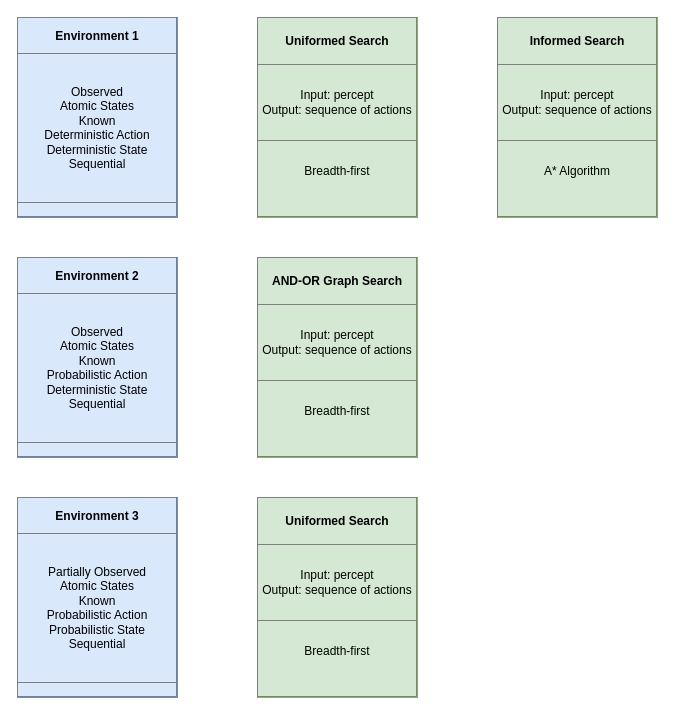
Earlier version of the draw.io diagram docs/draw.io/ai-taxonomy.drawio (aishwaryakore5696/cs-gy-6613). Source tidied: cells renumbered, new cells numbered last; positions are measured from the earlier drawing's top-left corner, leaving out a move shared by most shapes. Both pictures are drawn from the tidied source at 100%, with x=0, y=0 at pixel (17, 17).
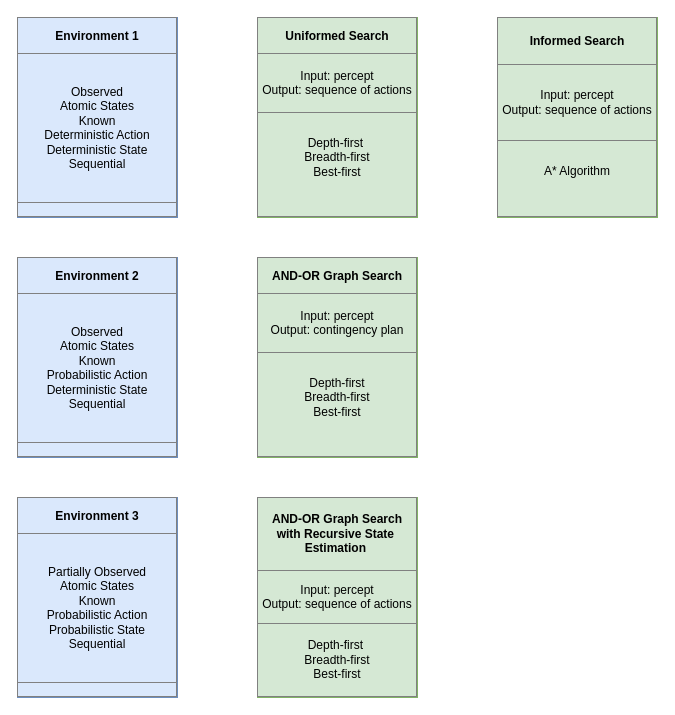
Above is the later version.

Change to the diagram source:
```diff
@@
 <mxGraphModel>
   <root>
     <mxCell id="0" />
     <mxCell id="1" parent="0" />
     <mxCell id="2" value="&lt;table border=&quot;1&quot; width=&quot;100%&quot; cellpadding=&quot;4&quot; style=&quot;width: 100% ; height: 100% ; border-collapse: collapse&quot;&gt;&lt;tbody&gt;&lt;tr&gt;&lt;th align=&quot;center&quot;&gt;&lt;b&gt;Environment 1&lt;/b&gt;&lt;/th&gt;&lt;/tr&gt;&lt;tr&gt;&lt;td align=&quot;center&quot;&gt;Observed&lt;br&gt;Atomic States&lt;br&gt;Known&lt;br&gt;Deterministic Action&lt;br&gt;Deterministic State&lt;br&gt;Sequential&lt;/td&gt;&lt;/tr&gt;&lt;tr&gt;&lt;td align=&quot;center&quot;&gt;&lt;/td&gt;&lt;/tr&gt;&lt;/tbody&gt;&lt;/table&gt;" style="text;html=1;strokeColor=#6c8ebf;fillColor=#dae8fc;overflow=fill;labelBackgroundColor=none;spacingTop=0;spacingBottom=2;" parent="1" vertex="1">
       <mxGeometry width="160" height="200" as="geometry" />
     </mxCell>
-    <mxCell id="3" value="&lt;table border=&quot;1&quot; width=&quot;100%&quot; cellpadding=&quot;4&quot; style=&quot;width: 100% ; height: 100% ; border-collapse: collapse&quot;&gt;&lt;tbody&gt;&lt;tr&gt;&lt;th align=&quot;center&quot;&gt;&lt;b&gt;Uniformed Search&lt;/b&gt;&lt;/th&gt;&lt;/tr&gt;&lt;tr&gt;&lt;td align=&quot;center&quot;&gt;Input: percept&lt;br&gt;Output: sequence of actions&lt;br&gt;&lt;/td&gt;&lt;/tr&gt;&lt;tr&gt;&lt;td align=&quot;center&quot;&gt;Breadth-first&lt;br&gt;&lt;br&gt;&lt;/td&gt;&lt;/tr&gt;&lt;/tbody&gt;&lt;/table&gt;" style="text;html=1;strokeColor=#82b366;fillColor=#d5e8d4;overflow=fill;labelBackgroundColor=none;spacingTop=0;spacingBottom=2;" parent="1" vertex="1">
+    <mxCell id="3" value="&lt;table border=&quot;1&quot; width=&quot;100%&quot; cellpadding=&quot;4&quot; style=&quot;width: 100% ; height: 100% ; border-collapse: collapse&quot;&gt;&lt;tbody&gt;&lt;tr&gt;&lt;th align=&quot;center&quot;&gt;&lt;b&gt;Uniformed Search&lt;/b&gt;&lt;/th&gt;&lt;/tr&gt;&lt;tr&gt;&lt;td align=&quot;center&quot;&gt;Input: percept&lt;br&gt;Output: sequence of actions&lt;br&gt;&lt;/td&gt;&lt;/tr&gt;&lt;tr&gt;&lt;td align=&quot;center&quot;&gt;Depth-first&amp;nbsp;&lt;br&gt;Breadth-first&lt;br&gt;Best-first&lt;br&gt;&lt;br&gt;&lt;/td&gt;&lt;/tr&gt;&lt;/tbody&gt;&lt;/table&gt;" style="text;html=1;strokeColor=#82b366;fillColor=#d5e8d4;overflow=fill;labelBackgroundColor=none;spacingTop=0;spacingBottom=2;" parent="1" vertex="1">
       <mxGeometry x="240" width="160" height="200" as="geometry" />
     </mxCell>
     <mxCell id="4" value="&lt;table border=&quot;1&quot; width=&quot;100%&quot; cellpadding=&quot;4&quot; style=&quot;width: 100% ; height: 100% ; border-collapse: collapse&quot;&gt;&lt;tbody&gt;&lt;tr&gt;&lt;th align=&quot;center&quot;&gt;&lt;b&gt;Informed Search&lt;/b&gt;&lt;/th&gt;&lt;/tr&gt;&lt;tr&gt;&lt;td align=&quot;center&quot;&gt;Input: percept&lt;br&gt;Output: sequence of actions&lt;br&gt;&lt;/td&gt;&lt;/tr&gt;&lt;tr&gt;&lt;td align=&quot;center&quot;&gt;A* Algorithm&lt;br&gt;&lt;br&gt;&lt;/td&gt;&lt;/tr&gt;&lt;/tbody&gt;&lt;/table&gt;" style="text;html=1;strokeColor=#82b366;fillColor=#d5e8d4;overflow=fill;labelBackgroundColor=none;spacingTop=0;spacingBottom=2;" parent="1" vertex="1">
       <mxGeometry x="480" width="160" height="200" as="geometry" />
     </mxCell>
     <mxCell id="5" value="&lt;table border=&quot;1&quot; width=&quot;100%&quot; cellpadding=&quot;4&quot; style=&quot;width: 100% ; height: 100% ; border-collapse: collapse&quot;&gt;&lt;tbody&gt;&lt;tr&gt;&lt;th align=&quot;center&quot;&gt;&lt;b&gt;Environment 2&lt;/b&gt;&lt;/th&gt;&lt;/tr&gt;&lt;tr&gt;&lt;td align=&quot;center&quot;&gt;Observed&lt;br&gt;Atomic States&lt;br&gt;Known&lt;br&gt;Probabilistic Action&lt;br&gt;Deterministic State&lt;br&gt;Sequential&lt;/td&gt;&lt;/tr&gt;&lt;tr&gt;&lt;td align=&quot;center&quot;&gt;&lt;/td&gt;&lt;/tr&gt;&lt;/tbody&gt;&lt;/table&gt;" style="text;html=1;strokeColor=#6c8ebf;fillColor=#dae8fc;overflow=fill;labelBackgroundColor=none;spacingTop=0;spacingBottom=2;" parent="1" vertex="1">
       <mxGeometry y="240" width="160" height="200" as="geometry" />
     </mxCell>
-    <mxCell id="6" value="&lt;table border=&quot;1&quot; width=&quot;100%&quot; cellpadding=&quot;4&quot; style=&quot;width: 100% ; height: 100% ; border-collapse: collapse&quot;&gt;&lt;tbody&gt;&lt;tr&gt;&lt;th align=&quot;center&quot;&gt;&lt;b&gt;AND-OR Graph Search&lt;/b&gt;&lt;/th&gt;&lt;/tr&gt;&lt;tr&gt;&lt;td align=&quot;center&quot;&gt;Input: percept&lt;br&gt;Output: sequence of actions&lt;br&gt;&lt;/td&gt;&lt;/tr&gt;&lt;tr&gt;&lt;td align=&quot;center&quot;&gt;Breadth-first&lt;br&gt;&lt;br&gt;&lt;/td&gt;&lt;/tr&gt;&lt;/tbody&gt;&lt;/table&gt;" style="text;html=1;strokeColor=#82b366;fillColor=#d5e8d4;overflow=fill;labelBackgroundColor=none;spacingTop=0;spacingBottom=2;" parent="1" vertex="1">
+    <mxCell id="6" value="&lt;table border=&quot;1&quot; width=&quot;100%&quot; cellpadding=&quot;4&quot; style=&quot;width: 100% ; height: 100% ; border-collapse: collapse&quot;&gt;&lt;tbody&gt;&lt;tr&gt;&lt;th align=&quot;center&quot;&gt;&lt;b&gt;AND-OR Graph Search&lt;/b&gt;&lt;/th&gt;&lt;/tr&gt;&lt;tr&gt;&lt;td align=&quot;center&quot;&gt;Input: percept&lt;br&gt;Output: contingency plan&lt;br&gt;&lt;/td&gt;&lt;/tr&gt;&lt;tr&gt;&lt;td align=&quot;center&quot;&gt;Depth-first &lt;br&gt;Breadth-first&lt;br&gt;Best-first&lt;br&gt;&lt;br&gt;&lt;/td&gt;&lt;/tr&gt;&lt;/tbody&gt;&lt;/table&gt;" style="text;html=1;strokeColor=#82b366;fillColor=#d5e8d4;overflow=fill;labelBackgroundColor=none;spacingTop=0;spacingBottom=2;" parent="1" vertex="1">
       <mxGeometry x="240" y="240" width="160" height="200" as="geometry" />
     </mxCell>
     <mxCell id="7" value="&lt;table border=&quot;1&quot; width=&quot;100%&quot; cellpadding=&quot;4&quot; style=&quot;width: 100% ; height: 100% ; border-collapse: collapse&quot;&gt;&lt;tbody&gt;&lt;tr&gt;&lt;th align=&quot;center&quot;&gt;&lt;b&gt;Environment 3&lt;/b&gt;&lt;/th&gt;&lt;/tr&gt;&lt;tr&gt;&lt;td align=&quot;center&quot;&gt;Partially Observed&lt;br&gt;Atomic States&lt;br&gt;Known&lt;br&gt;Probabilistic Action&lt;br&gt;Probabilistic State&lt;br&gt;Sequential&lt;/td&gt;&lt;/tr&gt;&lt;tr&gt;&lt;td align=&quot;center&quot;&gt;&lt;/td&gt;&lt;/tr&gt;&lt;/tbody&gt;&lt;/table&gt;" style="text;html=1;strokeColor=#6c8ebf;fillColor=#dae8fc;overflow=fill;labelBackgroundColor=none;spacingTop=0;spacingBottom=2;" parent="1" vertex="1">
       <mxGeometry y="480" width="160" height="200" as="geometry" />
     </mxCell>
-    <mxCell id="8" value="&lt;table border=&quot;1&quot; width=&quot;100%&quot; cellpadding=&quot;4&quot; style=&quot;width: 100% ; height: 100% ; border-collapse: collapse&quot;&gt;&lt;tbody&gt;&lt;tr&gt;&lt;th align=&quot;center&quot;&gt;&lt;b&gt;Uniformed Search&lt;/b&gt;&lt;/th&gt;&lt;/tr&gt;&lt;tr&gt;&lt;td align=&quot;center&quot;&gt;Input: percept&lt;br&gt;Output: sequence of actions&lt;br&gt;&lt;/td&gt;&lt;/tr&gt;&lt;tr&gt;&lt;td align=&quot;center&quot;&gt;Breadth-first&lt;br&gt;&lt;br&gt;&lt;/td&gt;&lt;/tr&gt;&lt;/tbody&gt;&lt;/table&gt;" style="text;html=1;strokeColor=#82b366;fillColor=#d5e8d4;overflow=fill;labelBackgroundColor=none;spacingTop=0;spacingBottom=2;" parent="1" vertex="1">
+    <mxCell id="8" value="&lt;table border=&quot;1&quot; width=&quot;100%&quot; cellpadding=&quot;4&quot; style=&quot;width: 100% ; height: 100% ; border-collapse: collapse&quot;&gt;&lt;tbody&gt;&lt;tr&gt;&lt;th align=&quot;center&quot;&gt;AND-OR Graph Search&lt;br&gt;with Recursive State&amp;nbsp;&lt;br&gt;Estimation&amp;nbsp;&lt;/th&gt;&lt;/tr&gt;&lt;tr&gt;&lt;td align=&quot;center&quot;&gt;Input: percept&lt;br&gt;Output: sequence of actions&lt;br&gt;&lt;/td&gt;&lt;/tr&gt;&lt;tr&gt;&lt;td align=&quot;center&quot;&gt;Depth-first&amp;nbsp;&lt;br&gt;Breadth-first&lt;br&gt;Best-first&lt;br&gt;&lt;/td&gt;&lt;/tr&gt;&lt;/tbody&gt;&lt;/table&gt;" style="text;html=1;strokeColor=#82b366;fillColor=#d5e8d4;overflow=fill;labelBackgroundColor=none;spacingTop=0;spacingBottom=2;" parent="1" vertex="1">
       <mxGeometry x="240" y="480" width="160" height="200" as="geometry" />
     </mxCell>
   </root>
 </mxGraphModel>
```
